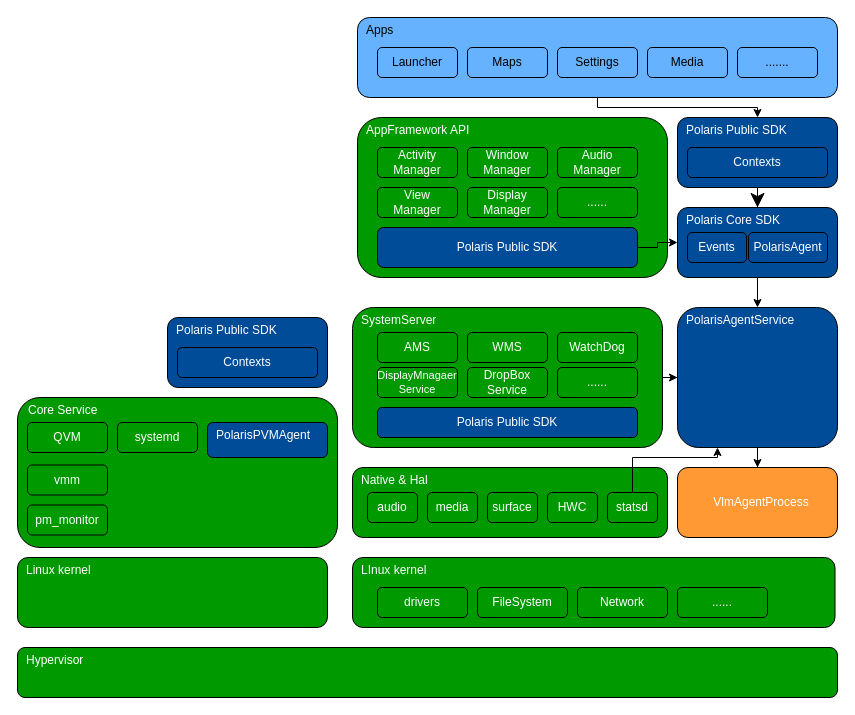
Earlier version of the draw.io diagram page "第 2 页" (2 of 3) of assets/drawio/CockpitPerformanceSentinel.drawio (Ethen-Cao/ethenslab). Source tidied: cells renumbered, new cells numbered last; positions are measured from the earlier drawing's top-left corner, leaving out a move shared by most shapes. Both pictures are drawn from the tidied source at 100%, with x=0, y=0 at pixel (17, 17).
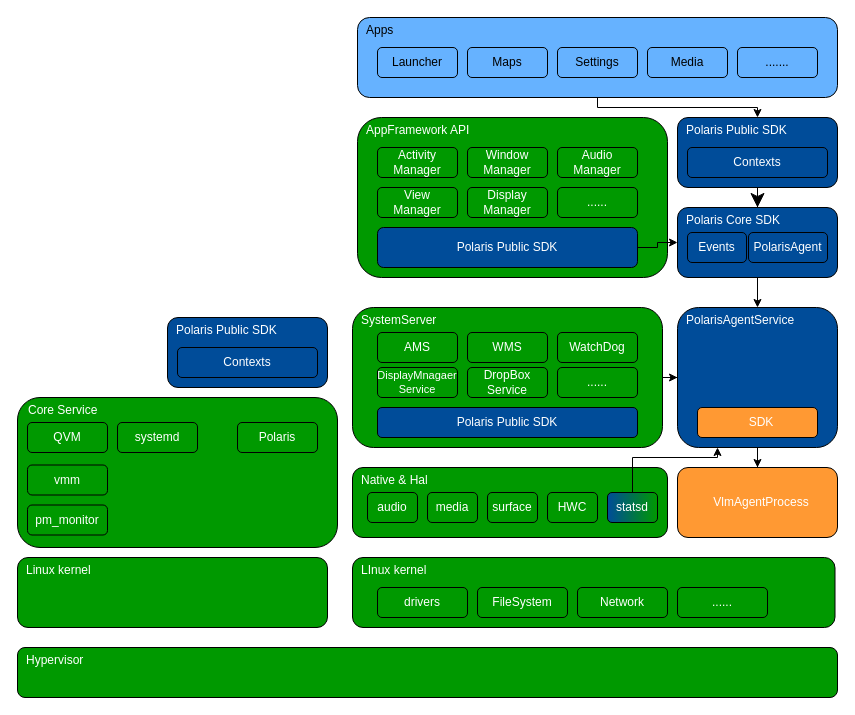
After the change.

What changed in the source:
```diff
@@
-    <mxCell id="43" value="statsd" style="rounded=1;whiteSpace=wrap;html=1;fillColor=#009900;fontColor=#FFFFFF;" parent="1" vertex="1">
+    <mxCell id="43" value="statsd" style="rounded=1;whiteSpace=wrap;html=1;fillColor=#009900;fontColor=#FFFFFF;gradientColor=#004C99;gradientDirection=west;" parent="1" vertex="1">
       <mxGeometry x="590" y="475" width="50" height="30" as="geometry" />
     </mxCell>
@@
-    <mxCell id="53" value="PolarisPVMAgent" style="rounded=1;whiteSpace=wrap;html=1;spacing=1;verticalAlign=top;align=left;spacingLeft=8;strokeColor=default;fontFamily=Helvetica;fontSize=12;fontColor=#FFFFFF;fillColor=#004C99;" parent="1" vertex="1">
-      <mxGeometry x="190" y="405" width="120" height="35" as="geometry" />
-    </mxCell>
@@
+    <mxCell id="59" value="Polaris" style="rounded=1;whiteSpace=wrap;html=1;fillColor=#009900;fontColor=#FFFFFF;" parent="1" vertex="1">
+      <mxGeometry x="220" y="405" width="80" height="30" as="geometry" />
+    </mxCell>
+    <mxCell id="60" value="SDK" style="rounded=1;whiteSpace=wrap;html=1;spacing=1;verticalAlign=middle;align=center;spacingLeft=8;strokeColor=default;fontFamily=Helvetica;fontSize=12;fontColor=#FFFFFF;fillColor=#FF9933;" parent="1" vertex="1">
+      <mxGeometry x="680" y="390" width="120" height="30" as="geometry" />
+    </mxCell>
```
